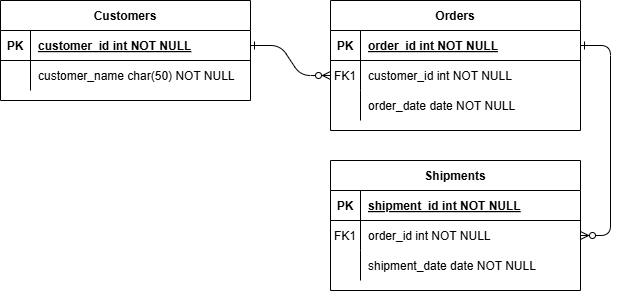
Earlier version of the draw.io export Untitled Diagram.drawio.png (toluoyelola/CarRental). Source tidied: cells renumbered, new cells last; positions are measured from the earlier drawing's top-left corner, leaving out a move shared by most shapes.
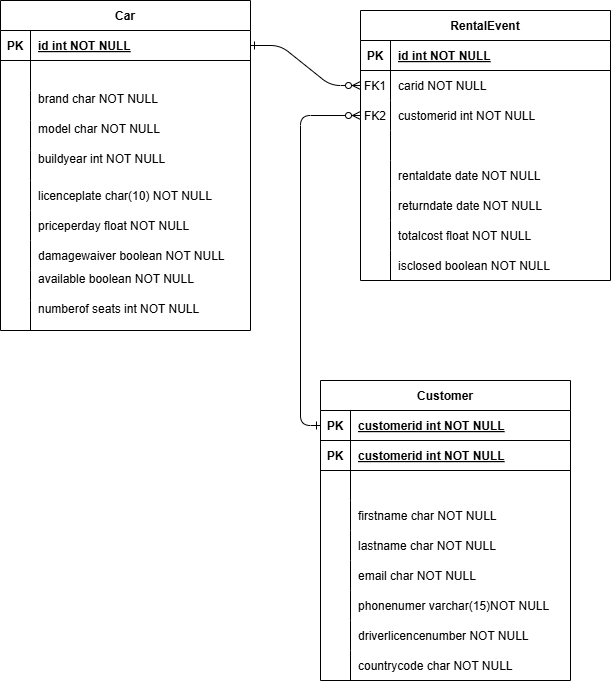
Above is the later version.

Commit message:
Entity relationship

Diff of the diagram source:
```diff
@@ -2,44 +2,106 @@
   <root>
     <mxCell id="0" />
     <mxCell id="1" parent="0" />
-    <mxCell id="2" style="edgeStyle=entityRelationEdgeStyle;endArrow=ERzeroToMany;startArrow=ERone;endFill=1;startFill=0;" parent="1" edge="1" source="25" target="8">
-      <mxGeometry relative="1" as="geometry" />
+    <mxCell id="2" style="edgeStyle=entityRelationEdgeStyle;endArrow=ERzeroToMany;startArrow=ERone;endFill=1;startFill=0;entryX=0;entryY=0.5;entryDx=0;entryDy=0;" parent="1" edge="1" source="25" target="18">
+      <mxGeometry relative="1" as="geometry">
+        <Array as="points">
+          <mxPoint x="280" y="120" />
+        </Array>
+      </mxGeometry>
     </mxCell>
-    <mxCell id="3" style="edgeStyle=entityRelationEdgeStyle;endArrow=ERzeroToMany;startArrow=ERone;endFill=1;startFill=0;" parent="1" edge="1" source="5" target="18">
-      <mxGeometry relative="1" as="geometry" />
+    <mxCell id="3" style="edgeStyle=elbowEdgeStyle;endArrow=ERzeroToMany;startArrow=ERone;endFill=1;startFill=0;entryX=0;entryY=0.5;entryDx=0;entryDy=0;elbow=vertical;exitX=0;exitY=0.5;exitDx=0;exitDy=0;" parent="1" edge="1" source="31" target="21">
+      <mxGeometry relative="1" as="geometry">
+        <Array as="points">
+          <mxPoint x="290" y="250" />
+        </Array>
+      </mxGeometry>
     </mxCell>
-    <mxCell id="4" value="Orders" style="shape=table;startSize=30;rowLines=0;fontStyle=1;align=center;" parent="1" vertex="1">
-      <mxGeometry x="330" width="250" height="130" as="geometry" />
+    <mxCell id="4" value="Customer" style="shape=table;startSize=30;rowLines=0;fontStyle=1;align=center;" parent="1" vertex="1">
+      <mxGeometry x="310" y="360" width="250" height="300" as="geometry" />
     </mxCell>
+    <mxCell id="31" style="shape=partialRectangle;fillColor=none;points=[[0,0.5],[1,0.5]];portConstraint=eastwest;top=0;left=0;right=0;bottom=1;" parent="4" vertex="1">
+      <mxGeometry y="30" width="250" height="30" as="geometry" />
+    </mxCell>
+    <mxCell id="32" value="PK" style="shape=partialRectangle;overflow=hidden;fillColor=none;top=0;left=0;bottom=0;right=0;fontStyle=1;" parent="31" vertex="1">
+      <mxGeometry width="30" height="30" as="geometry" />
+    </mxCell>
+    <mxCell id="33" value="customerid int NOT NULL" style="shape=partialRectangle;overflow=hidden;fillColor=none;top=0;left=0;bottom=0;right=0;align=left;spacingLeft=6;fontStyle=5;" parent="31" vertex="1">
+      <mxGeometry x="30" width="220" height="30" as="geometry" />
+    </mxCell>
     <mxCell id="5" style="shape=partialRectangle;fillColor=none;points=[[0,0.5],[1,0.5]];portConstraint=eastwest;top=0;left=0;right=0;bottom=1;" parent="4" vertex="1">
-      <mxGeometry y="30" width="250" height="30" as="geometry" />
+      <mxGeometry y="60" width="250" height="30" as="geometry" />
     </mxCell>
     <mxCell id="6" value="PK" style="shape=partialRectangle;overflow=hidden;fillColor=none;top=0;left=0;bottom=0;right=0;fontStyle=1;" parent="5" vertex="1">
       <mxGeometry width="30" height="30" as="geometry" />
     </mxCell>
-    <mxCell id="7" value="order_id int NOT NULL " style="shape=partialRectangle;overflow=hidden;fillColor=none;top=0;left=0;bottom=0;right=0;align=left;spacingLeft=6;fontStyle=5;" parent="5" vertex="1">
+    <mxCell id="7" value="customerid int NOT NULL" style="shape=partialRectangle;overflow=hidden;fillColor=none;top=0;left=0;bottom=0;right=0;align=left;spacingLeft=6;fontStyle=5;" parent="5" vertex="1">
       <mxGeometry x="30" width="220" height="30" as="geometry" />
     </mxCell>
     <mxCell id="8" style="shape=partialRectangle;fillColor=none;points=[[0,0.5],[1,0.5]];portConstraint=eastwest;top=0;left=0;right=0;bottom=0;" parent="4" vertex="1">
-      <mxGeometry y="60" width="250" height="30" as="geometry" />
+      <mxGeometry y="90" width="250" height="30" as="geometry" />
     </mxCell>
-    <mxCell id="9" value="FK1" style="shape=partialRectangle;overflow=hidden;fillColor=none;top=0;left=0;bottom=0;right=0;" parent="8" vertex="1">
+    <mxCell id="9" style="shape=partialRectangle;overflow=hidden;fillColor=none;top=0;left=0;bottom=0;right=0;" parent="8" vertex="1">
       <mxGeometry width="30" height="30" as="geometry" />
     </mxCell>
-    <mxCell id="10" value="customer_id int NOT NULL" style="shape=partialRectangle;overflow=hidden;fillColor=none;top=0;left=0;bottom=0;right=0;align=left;spacingLeft=6;" parent="8" vertex="1">
+    <mxCell id="10" style="shape=partialRectangle;overflow=hidden;fillColor=none;top=0;left=0;bottom=0;right=0;align=left;spacingLeft=6;" parent="8" vertex="1">
       <mxGeometry x="30" width="220" height="30" as="geometry" />
     </mxCell>
     <mxCell id="11" style="shape=partialRectangle;fillColor=none;top=0;left=0;right=0;bottom=0;" parent="4" vertex="1">
-      <mxGeometry y="90" width="250" height="30" as="geometry" />
+      <mxGeometry y="120" width="250" height="30" as="geometry" />
     </mxCell>
     <mxCell id="12" style="shape=partialRectangle;overflow=hidden;fillColor=none;top=0;left=0;bottom=0;right=0;" parent="11" vertex="1">
       <mxGeometry width="30" height="30" as="geometry" />
     </mxCell>
-    <mxCell id="13" value="order_date date NOT NULL" style="shape=partialRectangle;overflow=hidden;fillColor=none;top=0;left=0;bottom=0;right=0;align=left;spacingLeft=6;" parent="11" vertex="1">
+    <mxCell id="13" value="firstname char NOT NULL" style="shape=partialRectangle;overflow=hidden;fillColor=none;top=0;left=0;bottom=0;right=0;align=left;spacingLeft=6;" parent="11" vertex="1">
       <mxGeometry x="30" width="220" height="30" as="geometry" />
     </mxCell>
+    <mxCell id="34" style="shape=partialRectangle;fillColor=none;top=0;left=0;right=0;bottom=0;" parent="4" vertex="1">
+      <mxGeometry y="150" width="250" height="30" as="geometry" />
+    </mxCell>
+    <mxCell id="35" style="shape=partialRectangle;overflow=hidden;fillColor=none;top=0;left=0;bottom=0;right=0;" parent="34" vertex="1">
+      <mxGeometry width="30" height="30" as="geometry" />
+    </mxCell>
+    <mxCell id="36" value="lastname char NOT NULL" style="shape=partialRectangle;overflow=hidden;fillColor=none;top=0;left=0;bottom=0;right=0;align=left;spacingLeft=6;" parent="34" vertex="1">
+      <mxGeometry x="30" width="220" height="30" as="geometry" />
+    </mxCell>
+    <mxCell id="37" style="shape=partialRectangle;fillColor=none;top=0;left=0;right=0;bottom=0;" parent="4" vertex="1">
+      <mxGeometry y="180" width="250" height="30" as="geometry" />
+    </mxCell>
+    <mxCell id="38" style="shape=partialRectangle;overflow=hidden;fillColor=none;top=0;left=0;bottom=0;right=0;" parent="37" vertex="1">
+      <mxGeometry width="30" height="30" as="geometry" />
+    </mxCell>
+    <mxCell id="39" value="email char NOT NULL" style="shape=partialRectangle;overflow=hidden;fillColor=none;top=0;left=0;bottom=0;right=0;align=left;spacingLeft=6;" parent="37" vertex="1">
+      <mxGeometry x="30" width="220" height="30" as="geometry" />
+    </mxCell>
+    <mxCell id="40" style="shape=partialRectangle;fillColor=none;top=0;left=0;right=0;bottom=0;" parent="4" vertex="1">
+      <mxGeometry y="210" width="250" height="30" as="geometry" />
+    </mxCell>
+    <mxCell id="41" style="shape=partialRectangle;overflow=hidden;fillColor=none;top=0;left=0;bottom=0;right=0;" parent="40" vertex="1">
+      <mxGeometry width="30" height="30" as="geometry" />
+    </mxCell>
+    <mxCell id="42" value="phonenumer varchar(15)NOT NULL" style="shape=partialRectangle;overflow=hidden;fillColor=none;top=0;left=0;bottom=0;right=0;align=left;spacingLeft=6;" parent="40" vertex="1">
+      <mxGeometry x="30" width="220" height="30" as="geometry" />
+    </mxCell>
+    <mxCell id="43" style="shape=partialRectangle;fillColor=none;top=0;left=0;right=0;bottom=0;" parent="4" vertex="1">
+      <mxGeometry y="240" width="250" height="30" as="geometry" />
+    </mxCell>
+    <mxCell id="44" style="shape=partialRectangle;overflow=hidden;fillColor=none;top=0;left=0;bottom=0;right=0;" parent="43" vertex="1">
+      <mxGeometry width="30" height="30" as="geometry" />
+    </mxCell>
+    <mxCell id="45" value="driverlicencenumber NOT NULL" style="shape=partialRectangle;overflow=hidden;fillColor=none;top=0;left=0;bottom=0;right=0;align=left;spacingLeft=6;" parent="43" vertex="1">
+      <mxGeometry x="30" width="220" height="30" as="geometry" />
+    </mxCell>
+    <mxCell id="46" style="shape=partialRectangle;fillColor=none;top=0;left=0;right=0;bottom=0;" parent="4" vertex="1">
+      <mxGeometry y="270" width="250" height="30" as="geometry" />
+    </mxCell>
+    <mxCell id="47" style="shape=partialRectangle;overflow=hidden;fillColor=none;top=0;left=0;bottom=0;right=0;" parent="46" vertex="1">
+      <mxGeometry width="30" height="30" as="geometry" />
+    </mxCell>
+    <mxCell id="48" value="countrycode char NOT NULL" style="shape=partialRectangle;overflow=hidden;fillColor=none;top=0;left=0;bottom=0;right=0;align=left;spacingLeft=6;" parent="46" vertex="1">
+      <mxGeometry x="30" width="220" height="30" as="geometry" />
+    </mxCell>
-    <mxCell id="14" value="Shipments" style="shape=table;startSize=30;rowLines=0;fontStyle=1;align=center;" parent="1" vertex="1">
-      <mxGeometry x="330" y="160" width="250" height="130" as="geometry" />
+    <mxCell id="14" value="RentalEvent" style="shape=table;startSize=30;rowLines=0;fontStyle=1;align=center;" parent="1" vertex="1">
+      <mxGeometry x="350" y="-10" width="250" height="270" as="geometry" />
     </mxCell>
     <mxCell id="15" style="shape=partialRectangle;fillColor=none;top=0;left=0;right=0;bottom=1;" parent="14" vertex="1">
       <mxGeometry y="30" width="250" height="30" as="geometry" />
@@ -47,7 +109,7 @@
     <mxCell id="16" value="PK" style="shape=partialRectangle;overflow=hidden;fillColor=none;top=0;left=0;bottom=0;right=0;fontStyle=1;" parent="15" vertex="1">
       <mxGeometry width="30" height="30" as="geometry" />
     </mxCell>
-    <mxCell id="17" value="shipment_id int NOT NULL " style="shape=partialRectangle;overflow=hidden;fillColor=none;top=0;left=0;bottom=0;right=0;align=left;spacingLeft=6;fontStyle=5;" parent="15" vertex="1">
+    <mxCell id="17" value="id int NOT NULL " style="shape=partialRectangle;overflow=hidden;fillColor=none;top=0;left=0;bottom=0;right=0;align=left;spacingLeft=6;fontStyle=5;" parent="15" vertex="1">
       <mxGeometry x="30" width="220" height="30" as="geometry" />
     </mxCell>
     <mxCell id="18" style="shape=partialRectangle;fillColor=none;points=[[0,0.5],[1,0.5]];portConstraint=eastwest;top=0;left=0;right=0;bottom=0;" parent="14" vertex="1">
@@ -56,20 +118,65 @@
     <mxCell id="19" value="FK1" style="shape=partialRectangle;overflow=hidden;fillColor=none;top=0;left=0;bottom=0;right=0;" parent="18" vertex="1">
       <mxGeometry width="30" height="30" as="geometry" />
     </mxCell>
-    <mxCell id="20" value="order_id int NOT NULL" style="shape=partialRectangle;overflow=hidden;fillColor=none;top=0;left=0;bottom=0;right=0;align=left;spacingLeft=6;" parent="18" vertex="1">
+    <mxCell id="20" value="carid NOT NULL" style="shape=partialRectangle;overflow=hidden;fillColor=none;top=0;left=0;bottom=0;right=0;align=left;spacingLeft=6;" parent="18" vertex="1">
       <mxGeometry x="30" width="220" height="30" as="geometry" />
     </mxCell>
     <mxCell id="21" style="shape=partialRectangle;fillColor=none;points=[[0,0.5],[1,0.5]];portConstraint=eastwest;top=0;left=0;right=0;bottom=0;" parent="14" vertex="1">
       <mxGeometry y="90" width="250" height="30" as="geometry" />
     </mxCell>
-    <mxCell id="22" style="shape=partialRectangle;overflow=hidden;fillColor=none;top=0;left=0;bottom=0;right=0;" parent="21" vertex="1">
+    <mxCell id="22" value="FK2" style="shape=partialRectangle;overflow=hidden;fillColor=none;top=0;left=0;bottom=0;right=0;" parent="21" vertex="1">
       <mxGeometry width="30" height="30" as="geometry" />
     </mxCell>
-    <mxCell id="23" value="shipment_date date NOT NULL" style="shape=partialRectangle;overflow=hidden;fillColor=none;top=0;left=0;bottom=0;right=0;align=left;spacingLeft=6;" parent="21" vertex="1">
+    <mxCell id="23" value="customerid int NOT NULL" style="shape=partialRectangle;overflow=hidden;fillColor=none;top=0;left=0;bottom=0;right=0;align=left;spacingLeft=6;" parent="21" vertex="1">
       <mxGeometry x="30" width="220" height="30" as="geometry" />
     </mxCell>
+    <mxCell id="49" style="shape=partialRectangle;fillColor=none;top=0;left=0;right=0;bottom=0;" parent="14" vertex="1">
+      <mxGeometry y="120" width="250" height="30" as="geometry" />
+    </mxCell>
+    <mxCell id="50" style="shape=partialRectangle;overflow=hidden;fillColor=none;top=0;left=0;bottom=0;right=0;" parent="49" vertex="1">
+      <mxGeometry width="30" height="30" as="geometry" />
+    </mxCell>
+    <mxCell id="51" style="shape=partialRectangle;overflow=hidden;fillColor=none;top=0;left=0;bottom=0;right=0;align=left;spacingLeft=6;" parent="49" vertex="1">
+      <mxGeometry x="30" width="220" height="30" as="geometry" />
+    </mxCell>
+    <mxCell id="52" style="shape=partialRectangle;fillColor=none;top=0;left=0;right=0;bottom=0;" parent="14" vertex="1">
+      <mxGeometry y="150" width="250" height="30" as="geometry" />
+    </mxCell>
+    <mxCell id="53" style="shape=partialRectangle;overflow=hidden;fillColor=none;top=0;left=0;bottom=0;right=0;" parent="52" vertex="1">
+      <mxGeometry width="30" height="30" as="geometry" />
+    </mxCell>
+    <mxCell id="54" value="rentaldate date NOT NULL" style="shape=partialRectangle;overflow=hidden;fillColor=none;top=0;left=0;bottom=0;right=0;align=left;spacingLeft=6;" parent="52" vertex="1">
+      <mxGeometry x="30" width="220" height="30" as="geometry" />
+    </mxCell>
+    <mxCell id="55" style="shape=partialRectangle;fillColor=none;top=0;left=0;right=0;bottom=0;" parent="14" vertex="1">
+      <mxGeometry y="180" width="250" height="30" as="geometry" />
+    </mxCell>
+    <mxCell id="56" style="shape=partialRectangle;overflow=hidden;fillColor=none;top=0;left=0;bottom=0;right=0;" parent="55" vertex="1">
+      <mxGeometry width="30" height="30" as="geometry" />
+    </mxCell>
+    <mxCell id="57" value="returndate date NOT NULL" style="shape=partialRectangle;overflow=hidden;fillColor=none;top=0;left=0;bottom=0;right=0;align=left;spacingLeft=6;" parent="55" vertex="1">
+      <mxGeometry x="30" width="220" height="30" as="geometry" />
+    </mxCell>
+    <mxCell id="58" style="shape=partialRectangle;fillColor=none;top=0;left=0;right=0;bottom=0;" parent="14" vertex="1">
+      <mxGeometry y="210" width="250" height="30" as="geometry" />
+    </mxCell>
+    <mxCell id="59" style="shape=partialRectangle;overflow=hidden;fillColor=none;top=0;left=0;bottom=0;right=0;" parent="58" vertex="1">
+      <mxGeometry width="30" height="30" as="geometry" />
+    </mxCell>
+    <mxCell id="60" value="totalcost float NOT NULL" style="shape=partialRectangle;overflow=hidden;fillColor=none;top=0;left=0;bottom=0;right=0;align=left;spacingLeft=6;" parent="58" vertex="1">
+      <mxGeometry x="30" width="220" height="30" as="geometry" />
+    </mxCell>
+    <mxCell id="61" style="shape=partialRectangle;fillColor=none;top=0;left=0;right=0;bottom=0;" parent="14" vertex="1">
+      <mxGeometry y="240" width="250" height="30" as="geometry" />
+    </mxCell>
+    <mxCell id="62" style="shape=partialRectangle;overflow=hidden;fillColor=none;top=0;left=0;bottom=0;right=0;" parent="61" vertex="1">
+      <mxGeometry width="30" height="30" as="geometry" />
+    </mxCell>
+    <mxCell id="63" value="isclosed boolean NOT NULL" style="shape=partialRectangle;overflow=hidden;fillColor=none;top=0;left=0;bottom=0;right=0;align=left;spacingLeft=6;" parent="61" vertex="1">
+      <mxGeometry x="30" width="220" height="30" as="geometry" />
+    </mxCell>
-    <mxCell id="24" value="Customers" style="shape=table;startSize=30;rowLines=0;fontStyle=1;align=center;" parent="1" vertex="1">
-      <mxGeometry width="250" height="100" as="geometry" />
+    <mxCell id="24" value="Car" style="shape=table;startSize=30;rowLines=0;fontStyle=1;align=center;" parent="1" vertex="1">
+      <mxGeometry x="-10" y="-20" width="250" height="330" as="geometry" />
     </mxCell>
     <mxCell id="25" style="shape=partialRectangle;fillColor=none;points=[[0,0.5],[1,0.5]];portConstraint=eastwest;top=0;left=0;right=0;bottom=1;" parent="24" vertex="1">
       <mxGeometry y="30" width="250" height="30" as="geometry" />
@@ -77,7 +184,7 @@
     <mxCell id="26" value="PK" style="shape=partialRectangle;overflow=hidden;fillColor=none;top=0;left=0;bottom=0;right=0;fontStyle=1;" parent="25" vertex="1">
       <mxGeometry width="30" height="30" as="geometry" />
     </mxCell>
-    <mxCell id="27" value="customer_id int NOT NULL " style="shape=partialRectangle;overflow=hidden;fillColor=none;top=0;left=0;bottom=0;right=0;align=left;spacingLeft=6;fontStyle=5;" parent="25" vertex="1">
+    <mxCell id="27" value="id int NOT NULL" style="shape=partialRectangle;overflow=hidden;fillColor=none;top=0;left=0;bottom=0;right=0;align=left;spacingLeft=6;fontStyle=5;" parent="25" vertex="1">
       <mxGeometry x="30" width="220" height="30" as="geometry" />
     </mxCell>
     <mxCell id="28" style="shape=partialRectangle;fillColor=none;top=0;left=0;right=0;bottom=0;" parent="24" vertex="1">
@@ -86,8 +193,80 @@
     <mxCell id="29" style="shape=partialRectangle;overflow=hidden;fillColor=none;top=0;left=0;bottom=0;right=0;" parent="28" vertex="1">
       <mxGeometry width="30" height="30" as="geometry" />
     </mxCell>
-    <mxCell id="30" value="customer_name char(50) NOT NULL" style="shape=partialRectangle;overflow=hidden;fillColor=none;top=0;left=0;bottom=0;right=0;align=left;spacingLeft=6;" parent="28" vertex="1">
+    <mxCell id="30" value="&#10;" style="shape=partialRectangle;overflow=hidden;fillColor=none;top=0;left=0;bottom=0;right=0;align=left;spacingLeft=6;" parent="28" vertex="1">
       <mxGeometry x="30" width="220" height="30" as="geometry" />
     </mxCell>
+    <mxCell id="64" style="shape=partialRectangle;fillColor=none;top=0;left=0;right=0;bottom=0;" parent="24" vertex="1">
+      <mxGeometry y="90" width="250" height="30" as="geometry" />
+    </mxCell>
+    <mxCell id="65" style="shape=partialRectangle;overflow=hidden;fillColor=none;top=0;left=0;bottom=0;right=0;" parent="64" vertex="1">
+      <mxGeometry width="30" height="30" as="geometry" />
+    </mxCell>
+    <mxCell id="66" value="brand char NOT NULL&#10;&#10;" style="shape=partialRectangle;overflow=hidden;fillColor=none;top=0;left=0;bottom=0;right=0;align=left;spacingLeft=6;" parent="64" vertex="1">
+      <mxGeometry x="30" width="220" height="30" as="geometry" />
+    </mxCell>
+    <mxCell id="67" style="shape=partialRectangle;fillColor=none;top=0;left=0;right=0;bottom=0;" parent="24" vertex="1">
+      <mxGeometry y="120" width="250" height="30" as="geometry" />
+    </mxCell>
+    <mxCell id="68" style="shape=partialRectangle;overflow=hidden;fillColor=none;top=0;left=0;bottom=0;right=0;" parent="67" vertex="1">
+      <mxGeometry width="30" height="30" as="geometry" />
+    </mxCell>
+    <mxCell id="69" value="model char NOT NULL&#10;&#10;" style="shape=partialRectangle;overflow=hidden;fillColor=none;top=0;left=0;bottom=0;right=0;align=left;spacingLeft=6;" parent="67" vertex="1">
+      <mxGeometry x="30" width="220" height="30" as="geometry" />
+    </mxCell>
+    <mxCell id="70" style="shape=partialRectangle;fillColor=none;top=0;left=0;right=0;bottom=0;" parent="24" vertex="1">
+      <mxGeometry y="150" width="250" height="30" as="geometry" />
+    </mxCell>
+    <mxCell id="71" style="shape=partialRectangle;overflow=hidden;fillColor=none;top=0;left=0;bottom=0;right=0;" parent="70" vertex="1">
+      <mxGeometry width="30" height="30" as="geometry" />
+    </mxCell>
+    <mxCell id="72" value="buildyear int NOT NULL&#10;&#10;" style="shape=partialRectangle;overflow=hidden;fillColor=none;top=0;left=0;bottom=0;right=0;align=left;spacingLeft=6;" parent="70" vertex="1">
+      <mxGeometry x="30" width="220" height="30" as="geometry" />
+    </mxCell>
+    <mxCell id="73" style="shape=partialRectangle;fillColor=none;top=0;left=0;right=0;bottom=0;" parent="24" vertex="1">
+      <mxGeometry y="180" width="250" height="30" as="geometry" />
+    </mxCell>
+    <mxCell id="74" style="shape=partialRectangle;overflow=hidden;fillColor=none;top=0;left=0;bottom=0;right=0;" parent="73" vertex="1">
+      <mxGeometry width="30" height="30" as="geometry" />
+    </mxCell>
+    <mxCell id="75" value="licenceplate char(10) NOT NULL" style="shape=partialRectangle;overflow=hidden;fillColor=none;top=0;left=0;bottom=0;right=0;align=left;spacingLeft=6;" parent="73" vertex="1">
+      <mxGeometry x="30" width="220" height="30" as="geometry" />
+    </mxCell>
+    <mxCell id="76" style="shape=partialRectangle;fillColor=none;top=0;left=0;right=0;bottom=0;" parent="24" vertex="1">
+      <mxGeometry y="210" width="250" height="30" as="geometry" />
+    </mxCell>
+    <mxCell id="77" style="shape=partialRectangle;overflow=hidden;fillColor=none;top=0;left=0;bottom=0;right=0;" parent="76" vertex="1">
+      <mxGeometry width="30" height="30" as="geometry" />
+    </mxCell>
+    <mxCell id="78" value="priceperday float NOT NULL" style="shape=partialRectangle;overflow=hidden;fillColor=none;top=0;left=0;bottom=0;right=0;align=left;spacingLeft=6;" parent="76" vertex="1">
+      <mxGeometry x="30" width="220" height="30" as="geometry" />
+    </mxCell>
+    <mxCell id="79" style="shape=partialRectangle;fillColor=none;top=0;left=0;right=0;bottom=0;" parent="24" vertex="1">
+      <mxGeometry y="240" width="250" height="30" as="geometry" />
+    </mxCell>
+    <mxCell id="80" style="shape=partialRectangle;overflow=hidden;fillColor=none;top=0;left=0;bottom=0;right=0;" parent="79" vertex="1">
+      <mxGeometry width="30" height="30" as="geometry" />
+    </mxCell>
+    <mxCell id="81" value="damagewaiver boolean NOT NULL" style="shape=partialRectangle;overflow=hidden;fillColor=none;top=0;left=0;bottom=0;right=0;align=left;spacingLeft=6;" parent="79" vertex="1">
+      <mxGeometry x="30" width="220" height="30" as="geometry" />
+    </mxCell>
+    <mxCell id="82" style="shape=partialRectangle;fillColor=none;top=0;left=0;right=0;bottom=0;" parent="24" vertex="1">
+      <mxGeometry y="270" width="250" height="30" as="geometry" />
+    </mxCell>
+    <mxCell id="83" style="shape=partialRectangle;overflow=hidden;fillColor=none;top=0;left=0;bottom=0;right=0;" parent="82" vertex="1">
+      <mxGeometry width="30" height="30" as="geometry" />
+    </mxCell>
+    <mxCell id="84" value="available boolean NOT NULL&#10;&#10;" style="shape=partialRectangle;overflow=hidden;fillColor=none;top=0;left=0;bottom=0;right=0;align=left;spacingLeft=6;" parent="82" vertex="1">
+      <mxGeometry x="30" width="220" height="30" as="geometry" />
+    </mxCell>
+    <mxCell id="85" style="shape=partialRectangle;fillColor=none;top=0;left=0;right=0;bottom=0;" parent="24" vertex="1">
+      <mxGeometry y="300" width="250" height="30" as="geometry" />
+    </mxCell>
+    <mxCell id="86" style="shape=partialRectangle;overflow=hidden;fillColor=none;top=0;left=0;bottom=0;right=0;" parent="85" vertex="1">
+      <mxGeometry width="30" height="30" as="geometry" />
+    </mxCell>
+    <mxCell id="87" value="numberof seats int NOT NULL&#10;&#10;" style="shape=partialRectangle;overflow=hidden;fillColor=none;top=0;left=0;bottom=0;right=0;align=left;spacingLeft=6;" parent="85" vertex="1">
+      <mxGeometry x="30" width="220" height="30" as="geometry" />
+    </mxCell>
   </root>
 </mxGraphModel>
```
